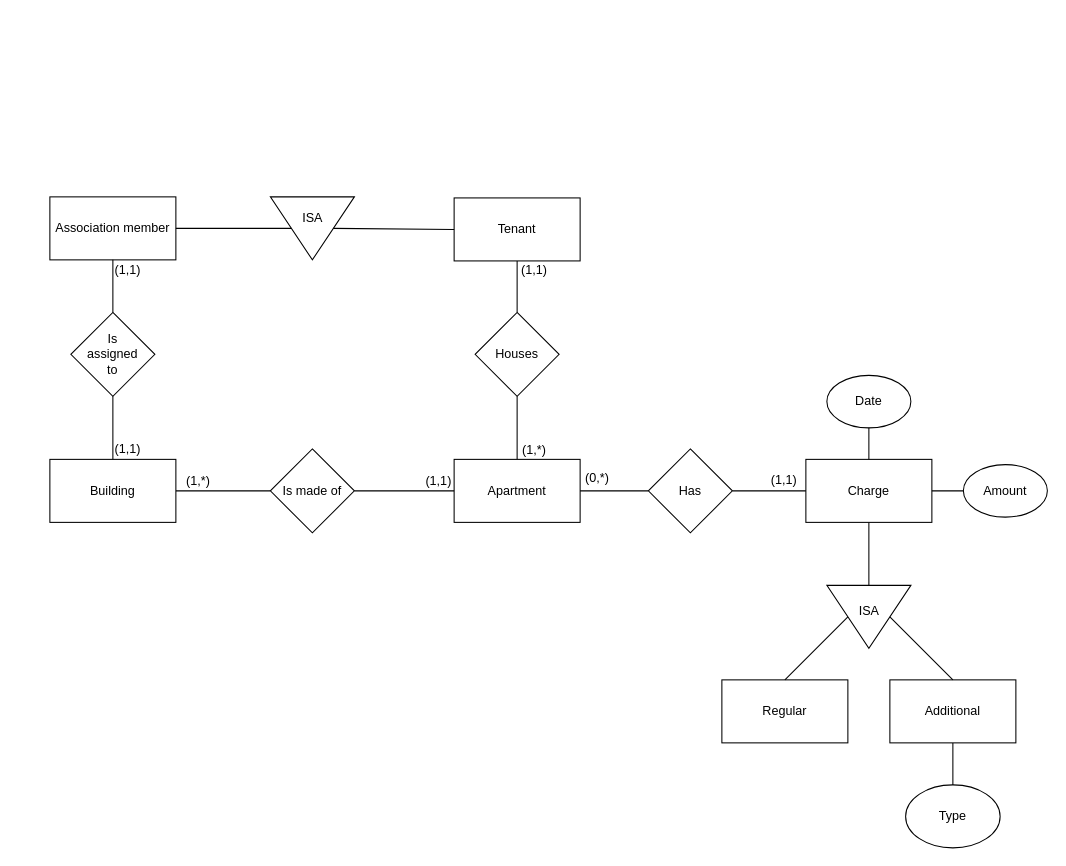
This is Task4/Task4.drawio from devtot0/FundamentalsOfDatabases, a draw.io file, before an edit. Source tidied: cells renumbered, new cells numbered last; positions are measured from the earlier drawing's top-left corner, leaving out a move shared by most shapes. Both pictures are drawn from the tidied source at 105%, with x=0, y=0 at pixel (49, 186).
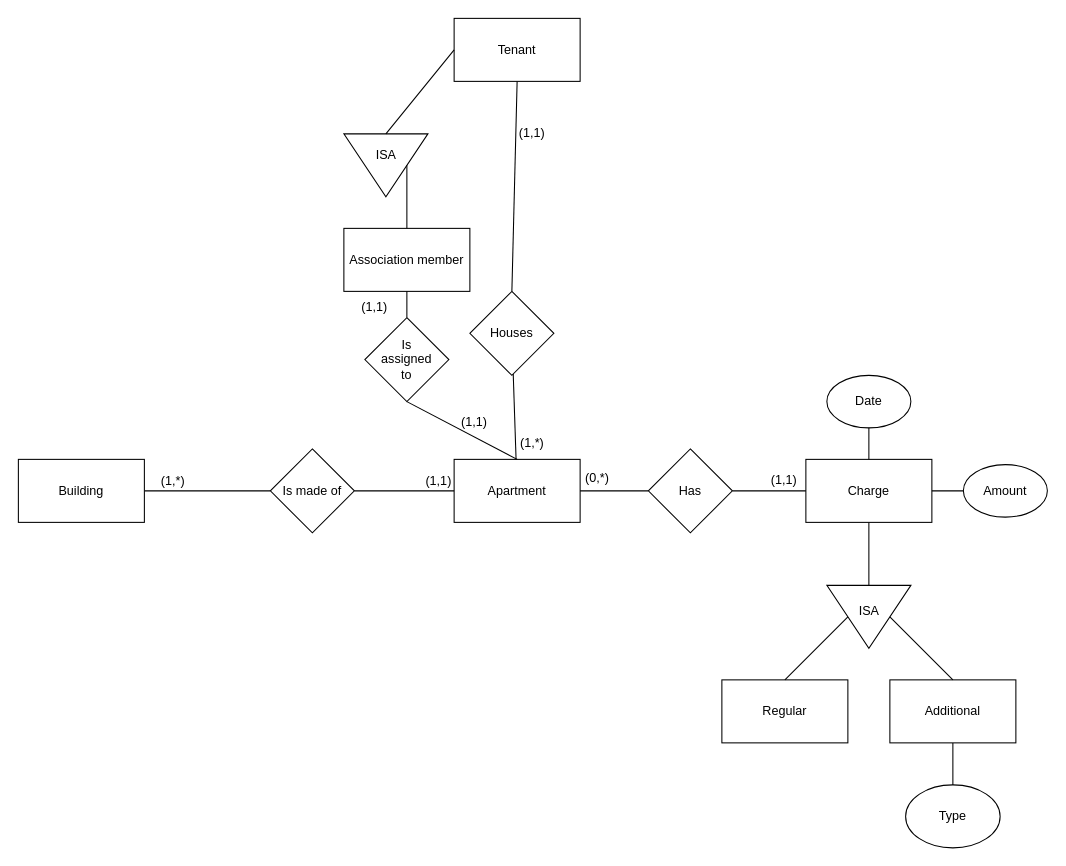
The same page after the edit.

Unchanged cells that the change refers to:
```xml
<mxCell id="4" value="Apartment" style="rounded=0;whiteSpace=wrap;html=1;" parent="1" vertex="1">
  <mxGeometry x="385" y="260" width="120" height="60" as="geometry" />
</mxCell>
```

Diff of the diagram source:
```diff
@@
     <mxCell id="7" value="Building" style="rounded=0;whiteSpace=wrap;html=1;" parent="1" vertex="1">
-      <mxGeometry y="260" width="120" height="60" as="geometry" />
+      <mxGeometry x="-30" y="260" width="120" height="60" as="geometry" />
     </mxCell>
     <mxCell id="8" value="Tenant" style="rounded=0;whiteSpace=wrap;html=1;" parent="1" vertex="1">
-      <mxGeometry x="385" y="11" width="120" height="60" as="geometry" />
+      <mxGeometry x="385" y="-160" width="120" height="60" as="geometry" />
     </mxCell>
@@
     <mxCell id="14" value="Houses" style="rhombus;whiteSpace=wrap;html=1;" parent="1" vertex="1">
-      <mxGeometry x="405" y="120" width="80" height="80" as="geometry" />
+      <mxGeometry x="400" y="100" width="80" height="80" as="geometry" />
     </mxCell>
@@
     <mxCell id="22" style="triangle;whiteSpace=wrap;html=1;rotation=90;" parent="1" vertex="1">
-      <mxGeometry x="220" width="60" height="80" as="geometry" />
+      <mxGeometry x="290" y="-60" width="60" height="80" as="geometry" />
     </mxCell>
-    <mxCell id="23" style="endArrow=none;html=1;entryX=0;entryY=0.5;entryDx=0;entryDy=0;exitX=0.5;exitY=0;exitDx=0;exitDy=0;" parent="1" edge="1" source="22" target="8">
+    <mxCell id="23" style="endArrow=none;html=1;entryX=0;entryY=0.5;entryDx=0;entryDy=0;exitX=0;exitY=0.5;exitDx=0;exitDy=0;" parent="1" edge="1" source="22" target="8">
       <mxGeometry relative="1" as="geometry" />
     </mxCell>
     <mxCell id="24" value="Association member" style="rounded=0;whiteSpace=wrap;html=1;" parent="1" vertex="1">
-      <mxGeometry y="10" width="120" height="60" as="geometry" />
+      <mxGeometry x="280" y="40" width="120" height="60" as="geometry" />
     </mxCell>
-    <mxCell id="25" style="endArrow=none;html=1;entryX=0.5;entryY=1;entryDx=0;entryDy=0;exitX=1;exitY=0.5;exitDx=0;exitDy=0;" parent="1" edge="1" source="24" target="22">
+    <mxCell id="25" style="endArrow=none;html=1;exitX=0.5;exitY=0;exitDx=0;exitDy=0;entryX=0.5;entryY=0;entryDx=0;entryDy=0;" parent="1" edge="1" source="22" target="24">
       <mxGeometry relative="1" as="geometry" />
     </mxCell>
     <mxCell id="26" value="(1,1)" style="text;html=1;align=left;verticalAlign=top;spacingTop=-4;" parent="1" vertex="1">
-      <mxGeometry x="60" y="240" width="40" height="20" as="geometry" />
+      <mxGeometry x="295" y="105" width="40" height="20" as="geometry" />
     </mxCell>
     <mxCell id="27" value="(1,1)" style="text;html=1;align=left;verticalAlign=top;spacingTop=-4;" parent="1" vertex="1">
-      <mxGeometry x="60" y="70" width="40" height="20" as="geometry" />
+      <mxGeometry x="390" y="215" width="40" height="20" as="geometry" />
     </mxCell>
     <mxCell id="28" value="ISA" style="text;html=1;align=center;verticalAlign=top;spacingTop=-4;" parent="1" vertex="1">
-      <mxGeometry x="235" y="20" width="30" height="20" as="geometry" />
+      <mxGeometry x="305" y="-40" width="30" height="20" as="geometry" />
     </mxCell>
     <mxCell id="29" value="Is &lt;br&gt;assigned &lt;br&gt;to" style="rhombus;whiteSpace=wrap;html=1;" parent="1" vertex="1">
-      <mxGeometry x="20" y="120" width="80" height="80" as="geometry" />
+      <mxGeometry x="300" y="125" width="80" height="80" as="geometry" />
     </mxCell>
-    <mxCell id="30" style="endArrow=none;html=1;entryX=0.5;entryY=1;entryDx=0;entryDy=0;exitX=0.5;exitY=0;exitDx=0;exitDy=0;" parent="1" edge="1" source="29" target="24">
-      <mxGeometry relative="1" as="geometry" />
-    </mxCell>
-    <mxCell id="31" style="endArrow=none;html=1;entryX=0.5;entryY=1;entryDx=0;entryDy=0;exitX=0.5;exitY=0;exitDx=0;exitDy=0;" parent="1" edge="1" source="7" target="29">
-      <mxGeometry relative="1" as="geometry" />
-    </mxCell>
@@
+    <mxCell id="30" style="endArrow=none;html=1;entryX=0.5;entryY=1;entryDx=0;entryDy=0;exitX=0.5;exitY=0;exitDx=0;exitDy=0;" parent="1" edge="1" source="29" target="24">
+      <mxGeometry relative="1" as="geometry" />
+    </mxCell>
+    <mxCell id="44" style="endArrow=none;html=1;entryX=0.5;entryY=1;entryDx=0;entryDy=0;exitX=0.5;exitY=0;exitDx=0;exitDy=0;" parent="1" edge="1" source="4" target="29">
+      <mxGeometry relative="1" as="geometry" />
+    </mxCell>
```
